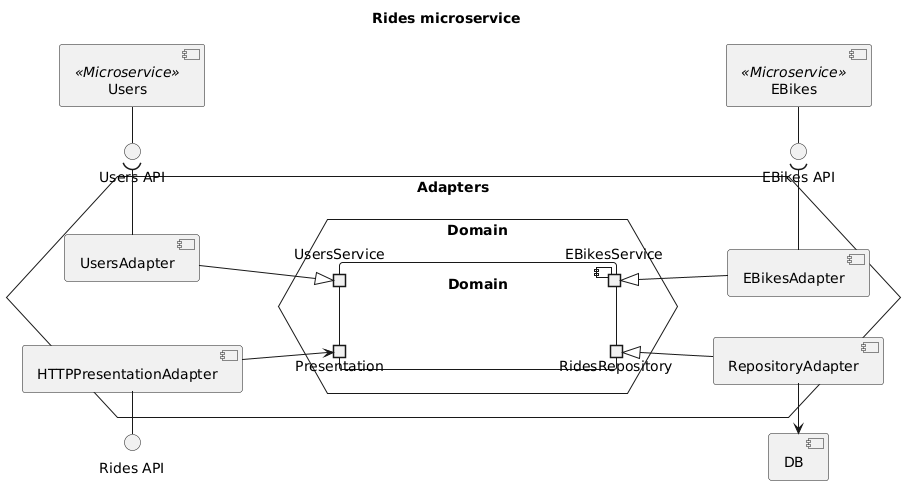
The PlantUML diagram doc/diagrams/rides-components.png in Ventus218/SAP-assignment-02, before a commit.
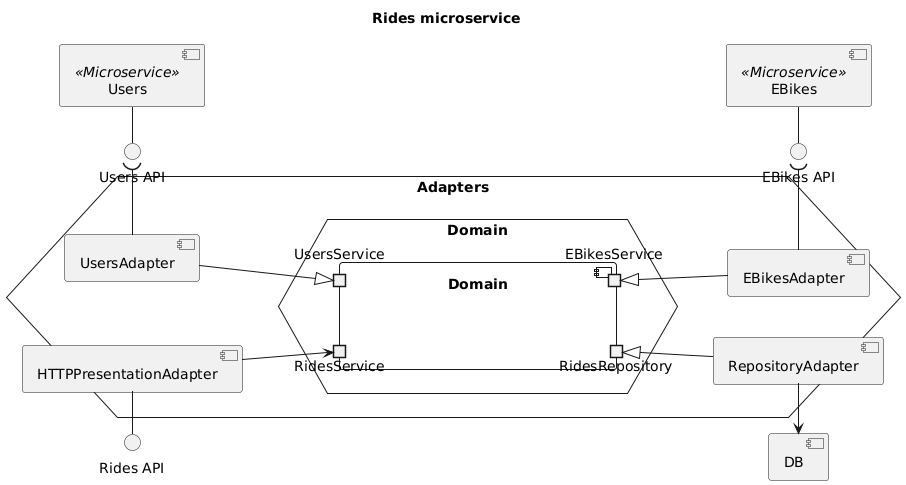
Later version of the same file.

What changed in the source:
```diff
@@ -13,7 +13,7 @@
     hexagon Domain as DomainHex {
         component Domain {
             portout "RidesRepository" as Repo
-            portin Presentation
+            portin RidesService
             portin UsersService
             portout EBikesService
         }
@@ -33,7 +33,7 @@
 
     component "HTTPPresentationAdapter" as HTTPAdapter
     HTTPAdapter -l-() RidesAPI
-    HTTPAdapter -d-> Presentation
+    HTTPAdapter -d-> RidesService
 }
 
 component "EBikes" as EBikes <<Microservice>>
```
